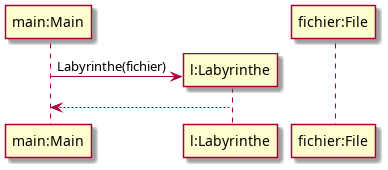
This is documents/version_2/sequence_labytinthe.png from Alex-Michelet/2021_COO_Zeldiablo_Cordurie_Sacquard_Michelet_Kone_Becker, a PlantUML export, as it was before one commit. Its diagram source:
```plantuml
@startuml

participant "main:Main" as main
participant "l:Labyrinthe" as labyrinthe
participant "fichier:File" as fichier

create labyrinthe
main -> labyrinthe : Labyrinthe(fichier)
labyrinthe --> main



@enduml
```
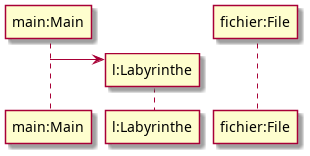
After the commit.

Commit message:
Ajout diagramme sequence deplacement du perso par le jeu : deux cas de deplacement

The edit, as a diff of the source:
```diff
@@ -5,8 +5,7 @@
 participant "fichier:File" as fichier
 
 create labyrinthe
-main -> labyrinthe : Labyrinthe(fichier)
-labyrinthe --> main
+main -> labyrinthe
 
 
 
```
